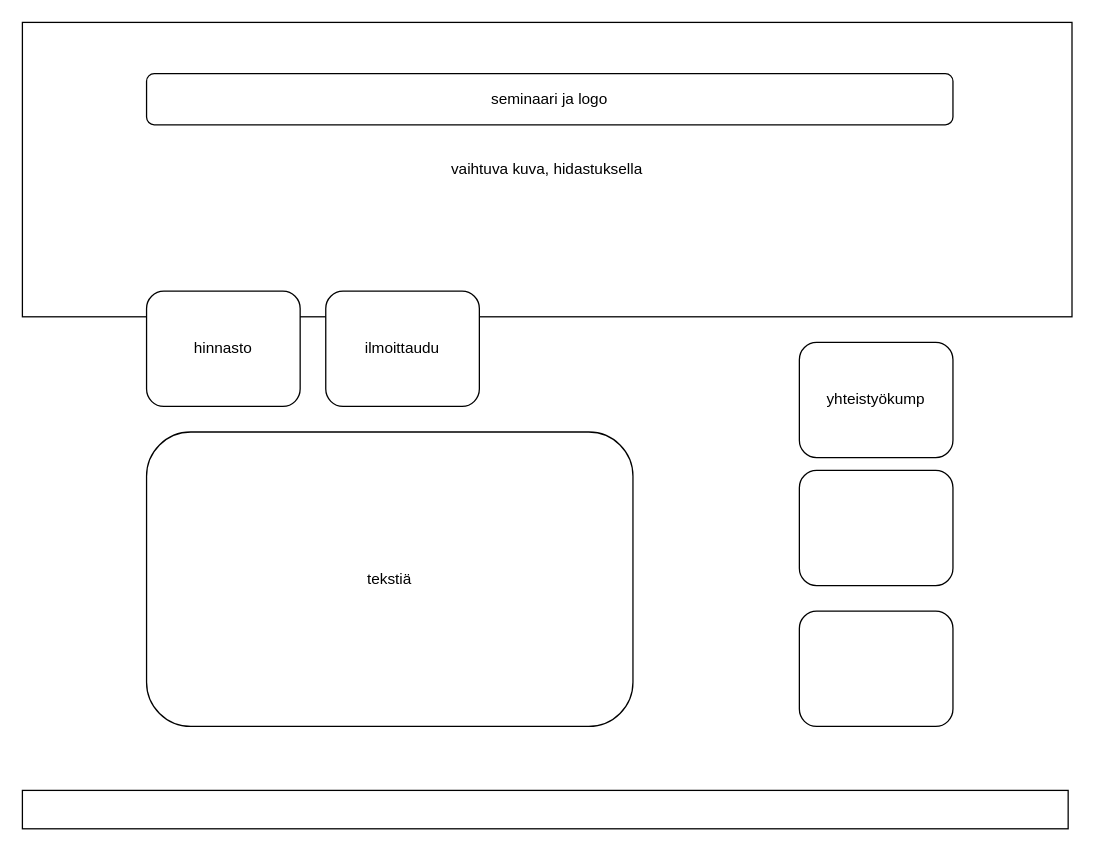
Hexulez/Scrum_harjoitus keeps this draw.io diagram as Projekti_4/Suunnittelu/Marika toinen.drawio. Above is the earlier version. Source tidied: cells renumbered, new cells numbered last; positions are measured from the earlier drawing's top-left corner, leaving out a move shared by most shapes. Both pictures are drawn from the tidied source at 128%, with x=0, y=0 at pixel (22, 22).
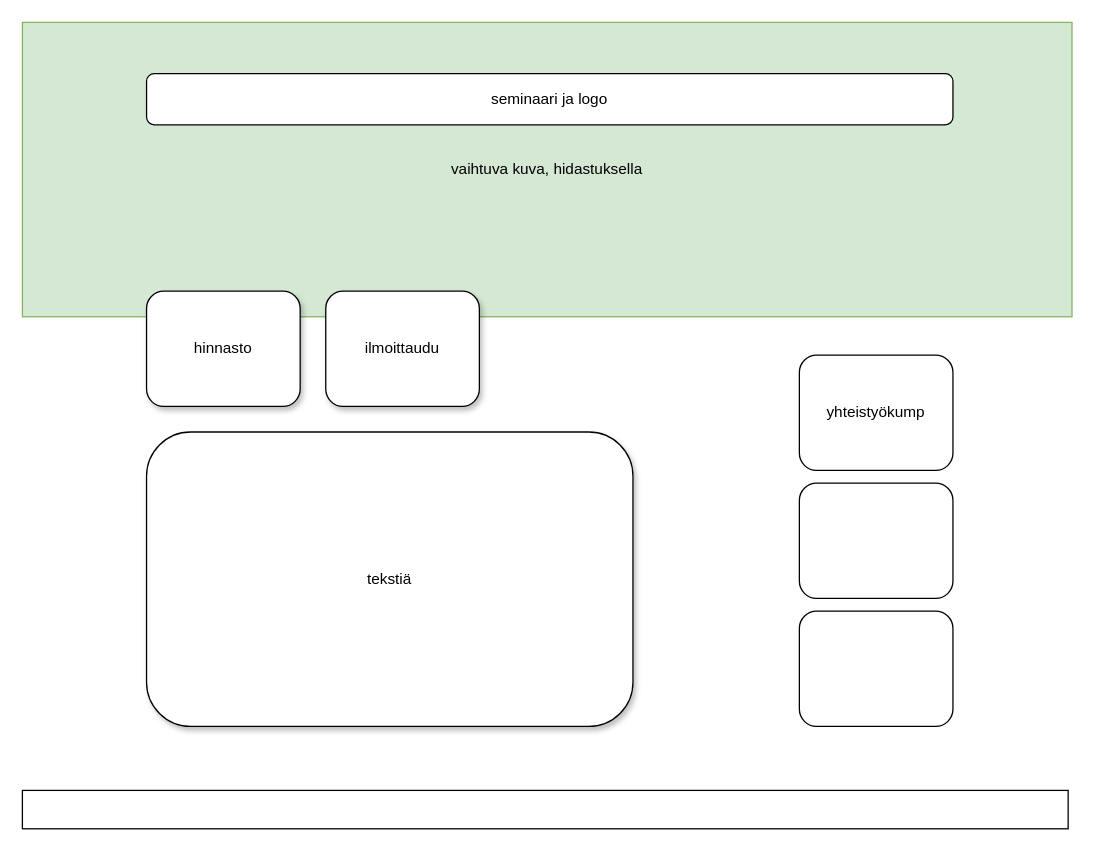
The same diagram, later.

The edit, as a diff of the source:
```diff
@@
 <mxGraphModel>
   <root>
     <mxCell id="0" />
     <mxCell id="1" parent="0" />
-    <mxCell id="2" value="vaihtuva kuva, hidastuksella" style="rounded=0;whiteSpace=wrap;html=1;" parent="1" vertex="1">
+    <mxCell id="2" value="vaihtuva kuva, hidastuksella" style="rounded=0;whiteSpace=wrap;html=1;fillColor=#d5e8d4;strokeColor=#82b366;shadow=0;" parent="1" vertex="1">
       <mxGeometry width="820" height="230" as="geometry" />
     </mxCell>
-    <mxCell id="3" value="hinnasto" style="rounded=1;whiteSpace=wrap;html=1;" parent="1" vertex="1">
+    <mxCell id="3" value="hinnasto" style="rounded=1;whiteSpace=wrap;html=1;shadow=1;" parent="1" vertex="1">
       <mxGeometry x="97" y="210" width="120" height="90" as="geometry" />
     </mxCell>
-    <mxCell id="4" value="ilmoittaudu" style="rounded=1;whiteSpace=wrap;html=1;" parent="1" vertex="1">
+    <mxCell id="4" value="ilmoittaudu" style="rounded=1;whiteSpace=wrap;html=1;shadow=1;" parent="1" vertex="1">
       <mxGeometry x="237" y="210" width="120" height="90" as="geometry" />
     </mxCell>
     <mxCell id="5" value="seminaari ja logo" style="rounded=1;whiteSpace=wrap;html=1;" parent="1" vertex="1">
       <mxGeometry x="97" y="40" width="630" height="40" as="geometry" />
     </mxCell>
-    <mxCell id="6" value="tekstiä" style="rounded=1;whiteSpace=wrap;html=1;" parent="1" vertex="1">
+    <mxCell id="6" value="tekstiä" style="rounded=1;whiteSpace=wrap;html=1;shadow=1;" parent="1" vertex="1">
       <mxGeometry x="97" y="320" width="380" height="230" as="geometry" />
     </mxCell>
     <mxCell id="7" style="rounded=1;whiteSpace=wrap;html=1;" parent="1" vertex="1">
       <mxGeometry x="607" y="460" width="120" height="90" as="geometry" />
     </mxCell>
     <mxCell id="8" style="rounded=1;whiteSpace=wrap;html=1;" parent="1" vertex="1">
-      <mxGeometry x="607" y="350" width="120" height="90" as="geometry" />
+      <mxGeometry x="607" y="360" width="120" height="90" as="geometry" />
     </mxCell>
     <mxCell id="9" value="yhteistyökump" style="rounded=1;whiteSpace=wrap;html=1;" parent="1" vertex="1">
-      <mxGeometry x="607" y="250" width="120" height="90" as="geometry" />
+      <mxGeometry x="607" y="260" width="120" height="90" as="geometry" />
     </mxCell>
-    <mxCell id="10" style="rounded=0;whiteSpace=wrap;html=1;" parent="1" vertex="1">
+    <mxCell id="10" style="rounded=0;whiteSpace=wrap;html=1;shadow=0;" parent="1" vertex="1">
       <mxGeometry y="600" width="817" height="30" as="geometry" />
     </mxCell>
   </root>
 </mxGraphModel>
```
